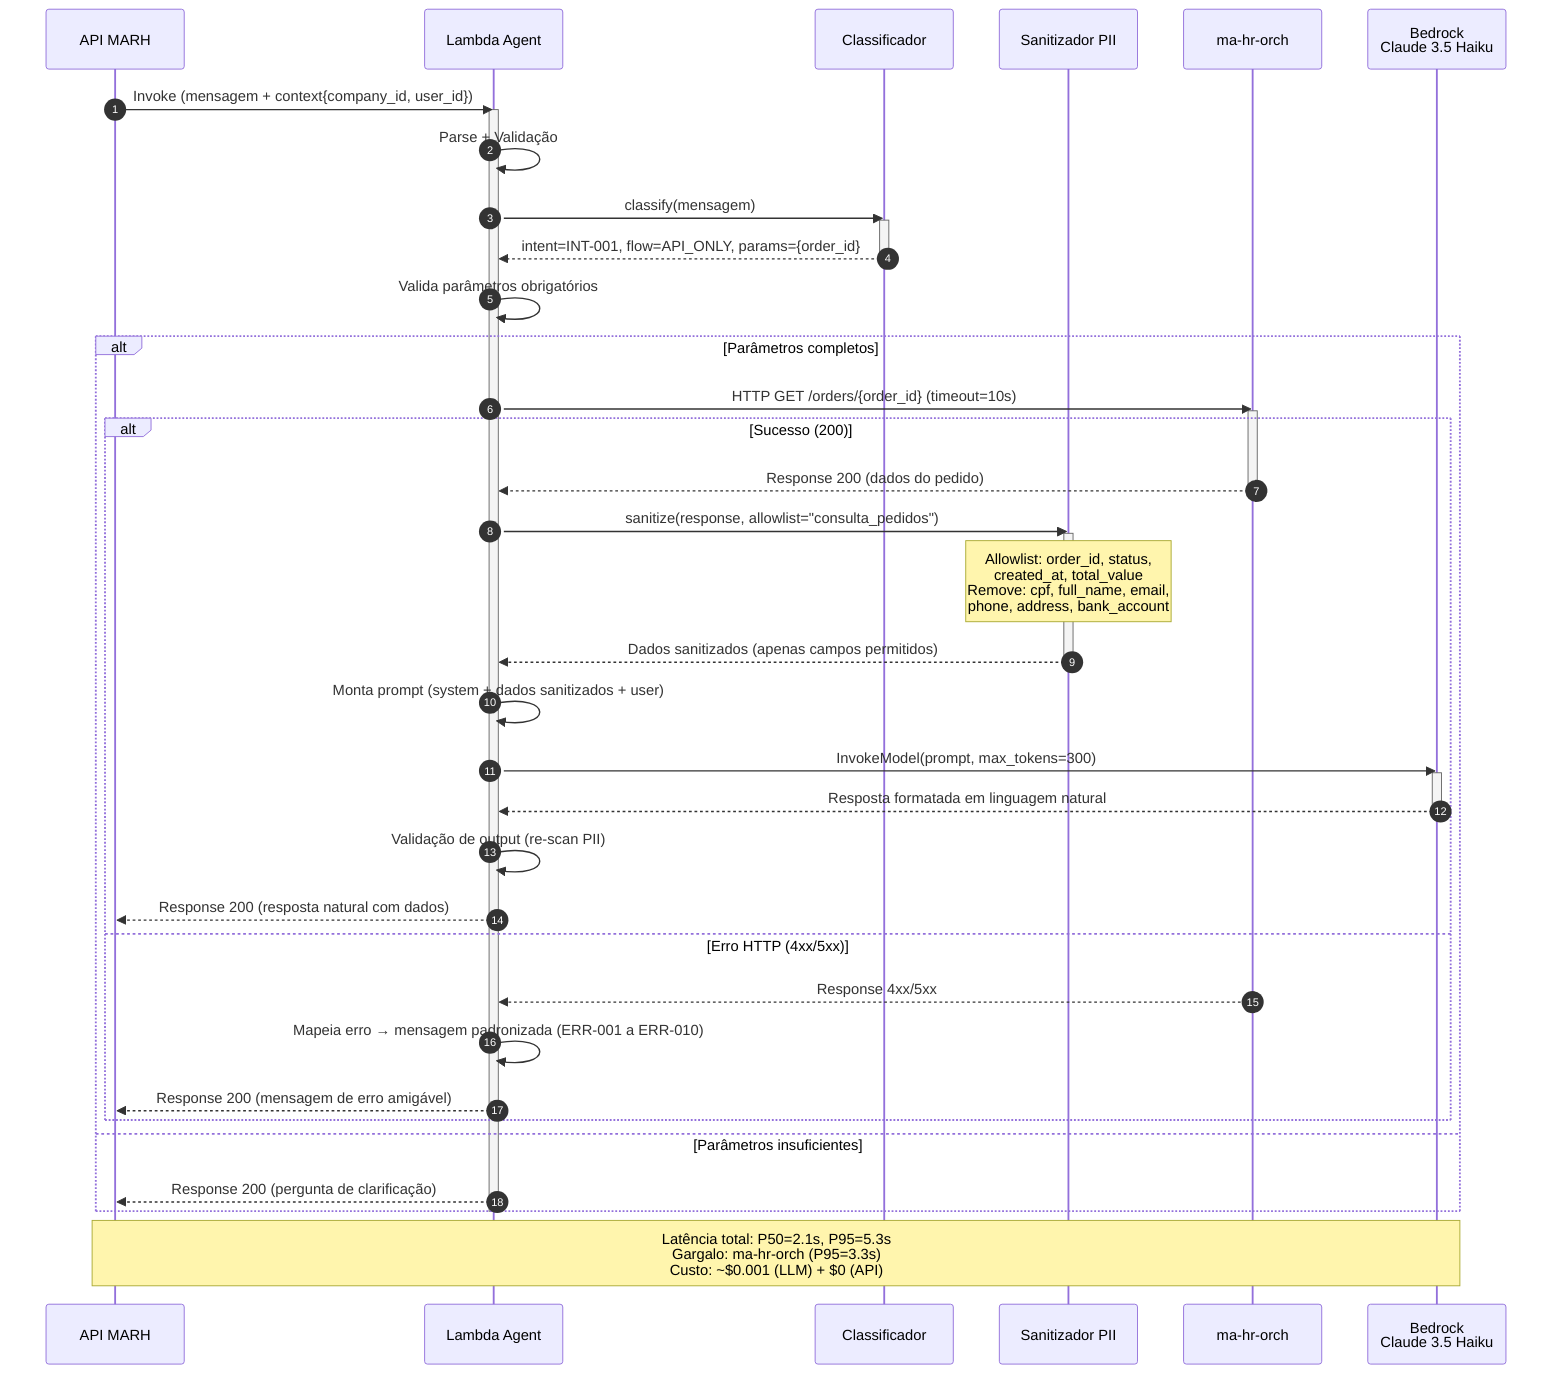
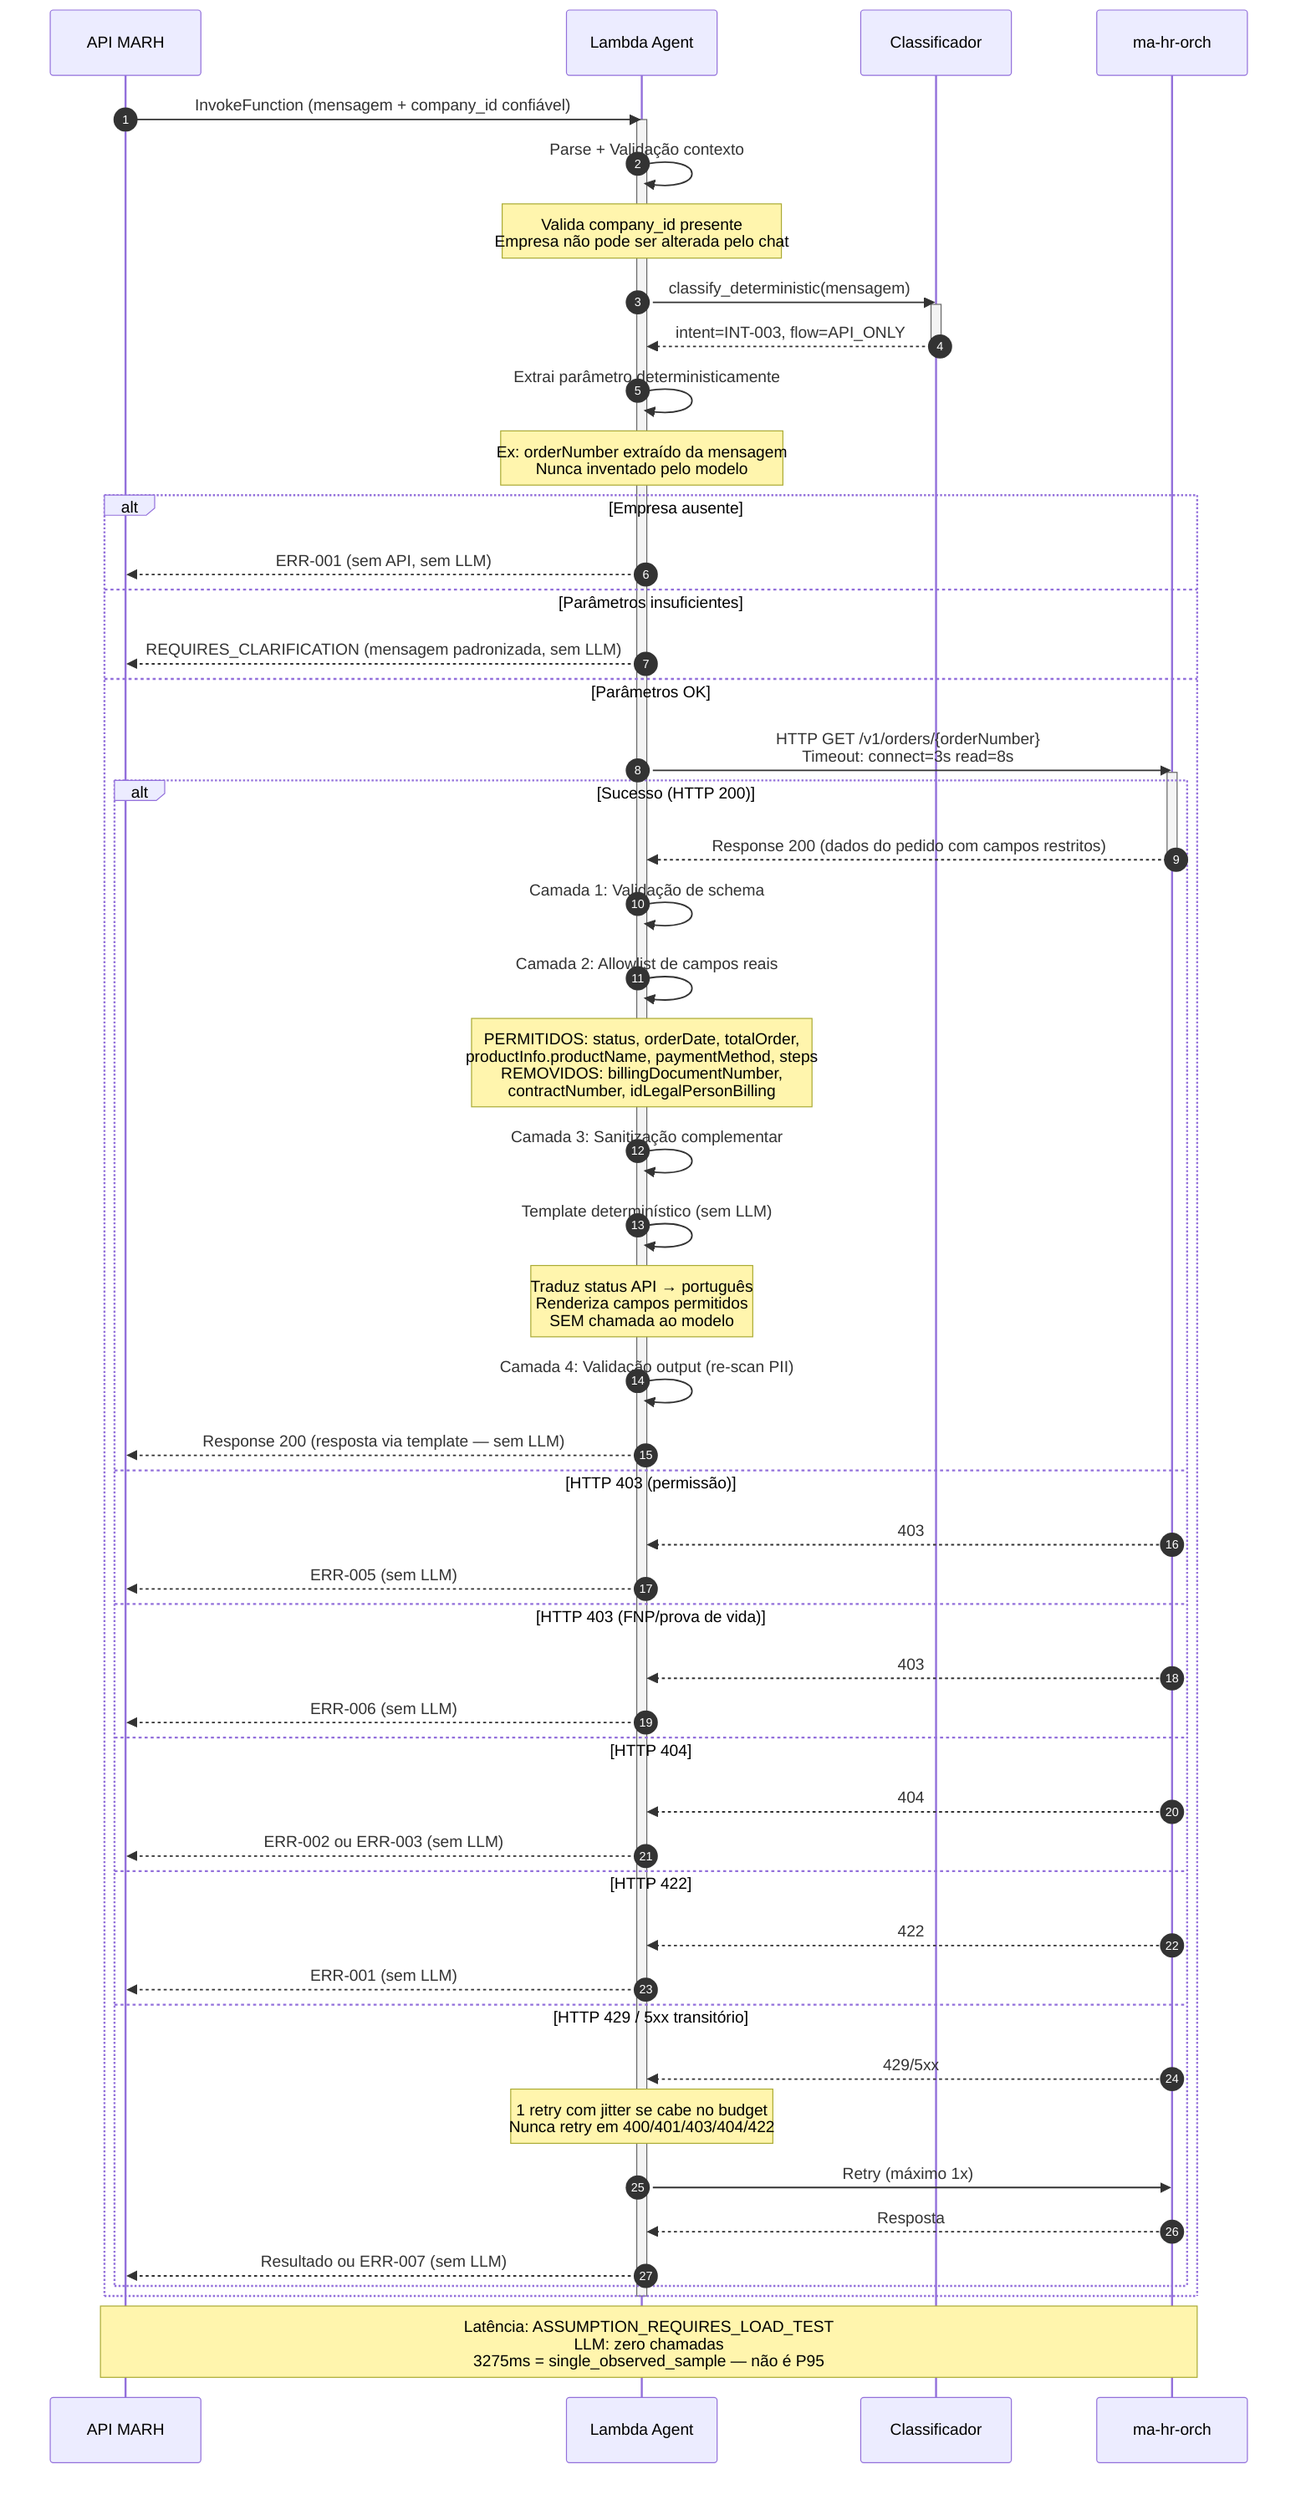
%% Sequence Diagram - API_ONLY Flow
- %% Data: 2026-07-23
- %% Fluxo: API_ONLY (ma-hr-orch → sanitize → Bedrock)
- %% Intents: INT-001 a INT-007 (consultivos)
+ %% Data: 2026-07-23 (revisão corretiva)
+ %% Fluxo: API_ONLY — ma-hr-orch → schema + allowlist → template determinístico
+ %% SEM LLM — template determinístico após allowlist
+ %% Intents: INT-001 a INT-005

sequenceDiagram
    autonumber
    participant MARH as API MARH
    participant Lambda as Lambda Agent
    participant Classifier as Classificador
-     participant Sanitizer as Sanitizador PII
    participant Orch as ma-hr-orch
-     participant Bedrock as Bedrock<br/>Claude 3.5 Haiku

-     MARH->>Lambda: Invoke (mensagem + context{company_id, user_id})
+     MARH->>Lambda: InvokeFunction (mensagem + company_id confiável)
    activate Lambda

-     Lambda->>Lambda: Parse + Validação
-     Lambda->>Classifier: classify(mensagem)
+     Lambda->>Lambda: Parse + Validação contexto
+     Note over Lambda: Valida company_id presente<br/>Empresa não pode ser alterada pelo chat
+ 
+     Lambda->>Classifier: classify_deterministic(mensagem)
    activate Classifier
-     Classifier-->>Lambda: intent=INT-001, flow=API_ONLY, params={order_id}
+     Classifier-->>Lambda: intent=INT-003, flow=API_ONLY
    deactivate Classifier

-     Lambda->>Lambda: Valida parâmetros obrigatórios
+     Lambda->>Lambda: Extrai parâmetro deterministicamente
+     Note over Lambda: Ex: orderNumber extraído da mensagem<br/>Nunca inventado pelo modelo

-     alt Parâmetros completos
-         Lambda->>Orch: HTTP GET /orders/{order_id} (timeout=10s)
+     alt Empresa ausente
+         Lambda-->>MARH: ERR-001 (sem API, sem LLM)
+     else Parâmetros insuficientes
+         Lambda-->>MARH: REQUIRES_CLARIFICATION (mensagem padronizada, sem LLM)
+     else Parâmetros OK
+         Lambda->>Orch: HTTP GET /v1/orders/{orderNumber}<br/>Timeout: connect=3s read=8s
        activate Orch

-         alt Sucesso (200)
-             Orch-->>Lambda: Response 200 (dados do pedido)
+         alt Sucesso (HTTP 200)
+             Orch-->>Lambda: Response 200 (dados do pedido com campos restritos)
            deactivate Orch

-             Lambda->>Sanitizer: sanitize(response, allowlist="consulta_pedidos")
-             activate Sanitizer
+             Lambda->>Lambda: Camada 1: Validação de schema
+             Lambda->>Lambda: Camada 2: Allowlist de campos reais
+             Note over Lambda: PERMITIDOS: status, orderDate, totalOrder,<br/>productInfo.productName, paymentMethod, steps<br/>REMOVIDOS: billingDocumentNumber,<br/>contractNumber, idLegalPersonBilling

-             Note over Sanitizer: Allowlist: order_id, status,<br/>created_at, total_value<br/>Remove: cpf, full_name, email,<br/>phone, address, bank_account
+             Lambda->>Lambda: Camada 3: Sanitização complementar
+             Lambda->>Lambda: Template determinístico (sem LLM)
+             Note over Lambda: Traduz status API → português<br/>Renderiza campos permitidos<br/>SEM chamada ao modelo

-             Sanitizer-->>Lambda: Dados sanitizados (apenas campos permitidos)
-             deactivate Sanitizer
+             Lambda->>Lambda: Camada 4: Validação output (re-scan PII)
+             Lambda-->>MARH: Response 200 (resposta via template — sem LLM)

-             Lambda->>Lambda: Monta prompt (system + dados sanitizados + user)
-             Lambda->>Bedrock: InvokeModel(prompt, max_tokens=300)
-             activate Bedrock
-             Bedrock-->>Lambda: Resposta formatada em linguagem natural
-             deactivate Bedrock
- 
-             Lambda->>Lambda: Validação de output (re-scan PII)
-             Lambda-->>MARH: Response 200 (resposta natural com dados)
- 
-         else Erro HTTP (4xx/5xx)
-             Orch-->>Lambda: Response 4xx/5xx
-             Lambda->>Lambda: Mapeia erro → mensagem padronizada (ERR-001 a ERR-010)
-             Lambda-->>MARH: Response 200 (mensagem de erro amigável)
+         else HTTP 403 (permissão)
+             Orch-->>Lambda: 403
+             Lambda-->>MARH: ERR-005 (sem LLM)
+         else HTTP 403 (FNP/prova de vida)
+             Orch-->>Lambda: 403
+             Lambda-->>MARH: ERR-006 (sem LLM)
+         else HTTP 404
+             Orch-->>Lambda: 404
+             Lambda-->>MARH: ERR-002 ou ERR-003 (sem LLM)
+         else HTTP 422
+             Orch-->>Lambda: 422
+             Lambda-->>MARH: ERR-001 (sem LLM)
+         else HTTP 429 / 5xx transitório
+             Orch-->>Lambda: 429/5xx
+             Note over Lambda: 1 retry com jitter se cabe no budget<br/>Nunca retry em 400/401/403/404/422
+             Lambda->>Orch: Retry (máximo 1x)
+             Orch-->>Lambda: Resposta
+             Lambda-->>MARH: Resultado ou ERR-007 (sem LLM)
        end
- 
-     else Parâmetros insuficientes
-         Lambda-->>MARH: Response 200 (pergunta de clarificação)
    end

    deactivate Lambda

-     Note over MARH,Bedrock: Latência total: P50=2.1s, P95=5.3s<br/>Gargalo: ma-hr-orch (P95=3.3s)<br/>Custo: ~$0.001 (LLM) + $0 (API)
+     Note over MARH,Orch: Latência: ASSUMPTION_REQUIRES_LOAD_TEST<br/>LLM: zero chamadas<br/>3275ms = single_observed_sample — não é P95
